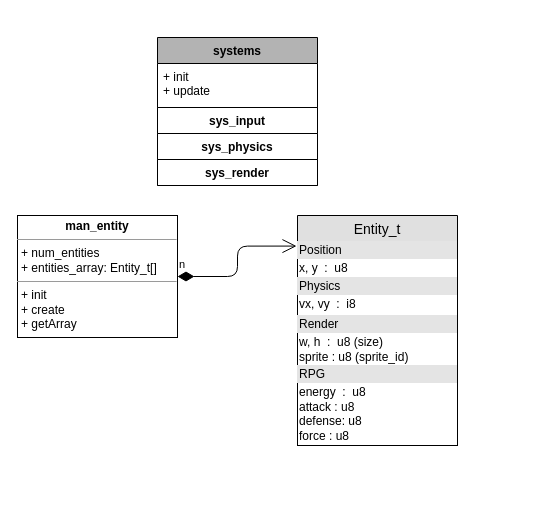
Above: basic/doc/ECS_RPG.drawio in AmstradGameDevChallenge/BASICvsC-RPG (draw.io), before the change. Source tidied: cells renumbered, new cells numbered last; positions are measured from the earlier drawing's top-left corner, leaving out a move shared by most shapes. Both pictures are drawn from the tidied source at 100%, with x=0, y=0 at pixel (17, 37).
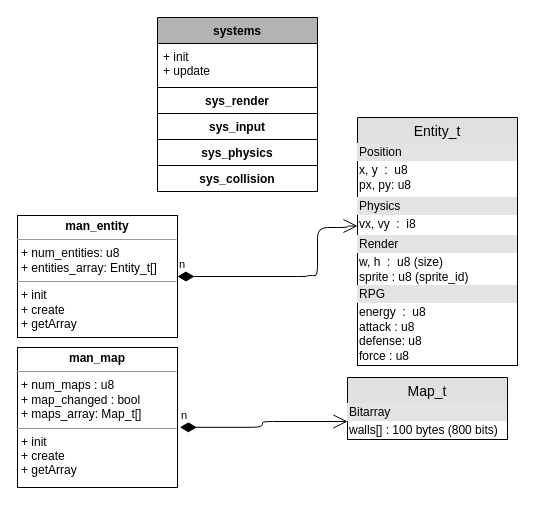
The same diagram, later.

Commit message:
BASIC: Updated diagram

What changed in the source:
```diff
@@
     <mxCell id="2" value="Entity_t" style="swimlane;fontStyle=0;horizontal=1;startSize=26;fillColor=#e0e0e0;swimlaneFillColor=#ffffff;align=center;fontSize=14;" parent="1" vertex="1">
-      <mxGeometry x="280" y="178" width="160" height="230" as="geometry" />
+      <mxGeometry x="340" y="80" width="160" height="248" as="geometry" />
     </mxCell>
-    <mxCell id="3" value="&lt;div style=&quot;box-sizing: border-box ; width: 100% ; background: #e4e4e4 ; padding: 2px&quot;&gt;Position&lt;/div&gt;&lt;table style=&quot;width: 100% ; font-size: 1em&quot; cellpadding=&quot;2&quot; cellspacing=&quot;0&quot;&gt;&lt;tbody&gt;&lt;tr&gt;&lt;td&gt;x, y&amp;nbsp; :&amp;nbsp; u8&lt;/td&gt;&lt;td&gt;&lt;br&gt;&lt;/td&gt;&lt;/tr&gt;&lt;tr&gt;&lt;td&gt;&lt;br&gt;&lt;/td&gt;&lt;td&gt;&lt;br&gt;&lt;/td&gt;&lt;/tr&gt;&lt;tr&gt;&lt;td&gt;&lt;/td&gt;&lt;td&gt;&lt;br&gt;&lt;/td&gt;&lt;/tr&gt;&lt;/tbody&gt;&lt;/table&gt;" style="verticalAlign=top;align=left;overflow=fill;html=1;" parent="2" vertex="1">
-      <mxGeometry y="26" width="160" height="36" as="geometry" />
+    <mxCell id="3" value="&lt;div style=&quot;box-sizing: border-box ; width: 100% ; background: #e4e4e4 ; padding: 2px&quot;&gt;Position&lt;/div&gt;&lt;table style=&quot;width: 100% ; font-size: 1em&quot; cellpadding=&quot;2&quot; cellspacing=&quot;0&quot;&gt;&lt;tbody&gt;&lt;tr&gt;&lt;td&gt;x, y&amp;nbsp; :&amp;nbsp; u8&lt;br&gt;px, py: u8&lt;/td&gt;&lt;td&gt;&lt;br&gt;&lt;/td&gt;&lt;/tr&gt;&lt;tr&gt;&lt;td&gt;&lt;br&gt;&lt;/td&gt;&lt;td&gt;&lt;br&gt;&lt;/td&gt;&lt;/tr&gt;&lt;tr&gt;&lt;td&gt;&lt;/td&gt;&lt;td&gt;&lt;br&gt;&lt;/td&gt;&lt;/tr&gt;&lt;/tbody&gt;&lt;/table&gt;" style="verticalAlign=top;align=left;overflow=fill;html=1;" parent="2" vertex="1">
+      <mxGeometry y="26" width="160" height="54" as="geometry" />
     </mxCell>
     <mxCell id="4" value="&lt;div style=&quot;box-sizing: border-box ; width: 100% ; background: #e4e4e4 ; padding: 2px&quot;&gt;Physics&lt;/div&gt;&lt;table style=&quot;width: 100% ; font-size: 1em&quot; cellpadding=&quot;2&quot; cellspacing=&quot;0&quot;&gt;&lt;tbody&gt;&lt;tr&gt;&lt;td&gt;vx, vy&amp;nbsp; :&amp;nbsp; i8&lt;/td&gt;&lt;td&gt;&lt;br&gt;&lt;/td&gt;&lt;/tr&gt;&lt;tr&gt;&lt;td&gt;&lt;br&gt;&lt;/td&gt;&lt;td&gt;&lt;br&gt;&lt;/td&gt;&lt;/tr&gt;&lt;tr&gt;&lt;td&gt;&lt;/td&gt;&lt;td&gt;&lt;br&gt;&lt;/td&gt;&lt;/tr&gt;&lt;/tbody&gt;&lt;/table&gt;" style="verticalAlign=top;align=left;overflow=fill;html=1;" parent="2" vertex="1">
-      <mxGeometry y="62" width="160" height="38" as="geometry" />
+      <mxGeometry y="80" width="160" height="38" as="geometry" />
     </mxCell>
     <mxCell id="5" value="&lt;div style=&quot;box-sizing: border-box ; width: 100% ; background: #e4e4e4 ; padding: 2px&quot;&gt;Render&lt;/div&gt;&lt;table style=&quot;width: 100% ; font-size: 1em&quot; cellpadding=&quot;2&quot; cellspacing=&quot;0&quot;&gt;&lt;tbody&gt;&lt;tr&gt;&lt;td&gt;w, h&amp;nbsp; :&amp;nbsp; u8 (size)&lt;br&gt;sprite : u8 (sprite_id)&lt;/td&gt;&lt;td&gt;&lt;br&gt;&lt;/td&gt;&lt;/tr&gt;&lt;tr&gt;&lt;td&gt;&lt;br&gt;&lt;/td&gt;&lt;td&gt;&lt;br&gt;&lt;/td&gt;&lt;/tr&gt;&lt;tr&gt;&lt;td&gt;&lt;/td&gt;&lt;td&gt;&lt;br&gt;&lt;/td&gt;&lt;/tr&gt;&lt;/tbody&gt;&lt;/table&gt;" style="verticalAlign=top;align=left;overflow=fill;html=1;" parent="2" vertex="1">
-      <mxGeometry y="100" width="160" height="50" as="geometry" />
+      <mxGeometry y="118" width="160" height="50" as="geometry" />
     </mxCell>
     <mxCell id="6" value="&lt;div style=&quot;box-sizing: border-box ; width: 100% ; background: #e4e4e4 ; padding: 2px&quot;&gt;RPG&lt;/div&gt;&lt;table style=&quot;width: 100% ; font-size: 1em&quot; cellpadding=&quot;2&quot; cellspacing=&quot;0&quot;&gt;&lt;tbody&gt;&lt;tr&gt;&lt;td&gt;energy&amp;nbsp; :&amp;nbsp; u8&lt;br&gt;attack : u8&lt;br&gt;defense: u8&lt;br&gt;force : u8&lt;/td&gt;&lt;td&gt;&lt;br&gt;&lt;/td&gt;&lt;/tr&gt;&lt;tr&gt;&lt;td&gt;&lt;br&gt;&lt;/td&gt;&lt;td&gt;&lt;br&gt;&lt;/td&gt;&lt;/tr&gt;&lt;tr&gt;&lt;td&gt;&lt;/td&gt;&lt;td&gt;&lt;br&gt;&lt;/td&gt;&lt;/tr&gt;&lt;/tbody&gt;&lt;/table&gt;" style="verticalAlign=top;align=left;overflow=fill;html=1;" parent="2" vertex="1">
-      <mxGeometry y="150" width="160" height="80" as="geometry" />
+      <mxGeometry y="168" width="160" height="80" as="geometry" />
     </mxCell>
     <mxCell id="7" value="systems" style="swimlane;fontStyle=1;align=center;verticalAlign=top;horizontal=1;startSize=26;fillColor=#B3B3B3;" parent="1" vertex="1">
-      <mxGeometry x="140" width="160" height="148" as="geometry" />
+      <mxGeometry x="140" y="-20" width="160" height="174" as="geometry" />
     </mxCell>
@@
+    <mxCell id="11" value="sys_render" style="swimlane;fontStyle=1;align=center;verticalAlign=top;horizontal=1;startSize=26;" parent="7" vertex="1" collapsed="1">
+      <mxGeometry y="70" width="160" height="26" as="geometry" />
+    </mxCell>
     <mxCell id="9" value="sys_input" style="swimlane;fontStyle=1;align=center;verticalAlign=top;horizontal=1;startSize=26;" parent="7" vertex="1" collapsed="1">
-      <mxGeometry y="70" width="160" height="26" as="geometry" />
+      <mxGeometry y="96" width="160" height="26" as="geometry" />
     </mxCell>
     <mxCell id="10" value="sys_physics" style="swimlane;fontStyle=1;align=center;verticalAlign=top;horizontal=1;startSize=26;" parent="7" vertex="1" collapsed="1">
-      <mxGeometry y="96" width="160" height="26" as="geometry" />
+      <mxGeometry y="122" width="160" height="26" as="geometry" />
     </mxCell>
-    <mxCell id="11" value="sys_render" style="swimlane;fontStyle=1;align=center;verticalAlign=top;horizontal=1;startSize=26;" parent="7" vertex="1" collapsed="1">
-      <mxGeometry y="122" width="160" height="26" as="geometry" />
-    </mxCell>
+    <mxCell id="14" value="sys_collision" style="swimlane;fontStyle=1;align=center;verticalAlign=top;horizontal=1;startSize=26;" parent="7" vertex="1" collapsed="1">
+      <mxGeometry y="148" width="160" height="26" as="geometry" />
+    </mxCell>
-    <mxCell id="12" value="&lt;p style=&quot;margin: 0px ; margin-top: 4px ; text-align: center&quot;&gt;&lt;b&gt;man_entity&lt;/b&gt;&lt;/p&gt;&lt;hr size=&quot;1&quot;&gt;&lt;p style=&quot;margin: 0px ; margin-left: 4px&quot;&gt;+ num_entities&lt;/p&gt;&lt;p style=&quot;margin: 0px ; margin-left: 4px&quot;&gt;+ entities_array: Entity_t[]&lt;/p&gt;&lt;hr size=&quot;1&quot;&gt;&lt;p style=&quot;margin: 0px ; margin-left: 4px&quot;&gt;+ init&lt;/p&gt;&lt;p style=&quot;margin: 0px ; margin-left: 4px&quot;&gt;+ create&lt;/p&gt;&lt;p style=&quot;margin: 0px ; margin-left: 4px&quot;&gt;&lt;span&gt;+ getArray&lt;/span&gt;&lt;br&gt;&lt;/p&gt;" style="verticalAlign=top;align=left;overflow=fill;fontSize=12;fontFamily=Helvetica;html=1;" parent="1" vertex="1">
+    <mxCell id="12" value="&lt;p style=&quot;margin: 0px ; margin-top: 4px ; text-align: center&quot;&gt;&lt;b&gt;man_entity&lt;/b&gt;&lt;/p&gt;&lt;hr size=&quot;1&quot;&gt;&lt;p style=&quot;margin: 0px ; margin-left: 4px&quot;&gt;+ num_entities: u8&lt;/p&gt;&lt;p style=&quot;margin: 0px ; margin-left: 4px&quot;&gt;+ entities_array: Entity_t[]&lt;/p&gt;&lt;hr size=&quot;1&quot;&gt;&lt;p style=&quot;margin: 0px ; margin-left: 4px&quot;&gt;+ init&lt;/p&gt;&lt;p style=&quot;margin: 0px ; margin-left: 4px&quot;&gt;+ create&lt;/p&gt;&lt;p style=&quot;margin: 0px ; margin-left: 4px&quot;&gt;&lt;span&gt;+ getArray&lt;/span&gt;&lt;br&gt;&lt;/p&gt;" style="verticalAlign=top;align=left;overflow=fill;fontSize=12;fontFamily=Helvetica;html=1;" parent="1" vertex="1">
       <mxGeometry y="178" width="160" height="122" as="geometry" />
     </mxCell>
-    <mxCell id="13" value="n" style="endArrow=open;html=1;endSize=12;startArrow=diamondThin;startSize=14;startFill=1;edgeStyle=orthogonalEdgeStyle;align=left;verticalAlign=bottom;exitX=1;exitY=0.5;exitDx=0;exitDy=0;entryX=-0.006;entryY=0.133;entryDx=0;entryDy=0;entryPerimeter=0;" parent="1" edge="1" source="12" target="2">
-      <mxGeometry x="-1" y="3" relative="1" as="geometry" />
+    <mxCell id="13" value="n" style="endArrow=open;html=1;endSize=12;startArrow=diamondThin;startSize=14;startFill=1;edgeStyle=orthogonalEdgeStyle;align=left;verticalAlign=bottom;exitX=1;exitY=0.5;exitDx=0;exitDy=0;entryX=0;entryY=0.75;entryDx=0;entryDy=0;" parent="1" edge="1" source="12" target="4">
+      <mxGeometry x="-1" y="3" relative="1" as="geometry">
+        <Array as="points">
+          <mxPoint x="290" y="239" />
+          <mxPoint x="290" y="238" />
+          <mxPoint x="300" y="238" />
+          <mxPoint x="300" y="190" />
+          <mxPoint x="330" y="190" />
+          <mxPoint x="330" y="189" />
+        </Array>
+      </mxGeometry>
     </mxCell>
+    <mxCell id="15" value="&lt;p style=&quot;margin: 0px ; margin-top: 4px ; text-align: center&quot;&gt;&lt;b&gt;man_map&lt;/b&gt;&lt;/p&gt;&lt;hr size=&quot;1&quot;&gt;&lt;p style=&quot;margin: 0px ; margin-left: 4px&quot;&gt;+ num_maps : u8&lt;/p&gt;&lt;p style=&quot;margin: 0px ; margin-left: 4px&quot;&gt;+ map_changed : bool&lt;/p&gt;&lt;p style=&quot;margin: 0px ; margin-left: 4px&quot;&gt;+ maps_array: Map_t[]&lt;/p&gt;&lt;hr size=&quot;1&quot;&gt;&lt;p style=&quot;margin: 0px ; margin-left: 4px&quot;&gt;+ init&lt;/p&gt;&lt;p style=&quot;margin: 0px ; margin-left: 4px&quot;&gt;+ create&lt;/p&gt;&lt;p style=&quot;margin: 0px ; margin-left: 4px&quot;&gt;&lt;span&gt;+ getArray&lt;/span&gt;&lt;br&gt;&lt;/p&gt;" style="verticalAlign=top;align=left;overflow=fill;fontSize=12;fontFamily=Helvetica;html=1;" parent="1" vertex="1">
+      <mxGeometry y="310" width="160" height="140" as="geometry" />
+    </mxCell>
+    <mxCell id="16" value="Map_t" style="swimlane;fontStyle=0;horizontal=1;startSize=26;fillColor=#e0e0e0;swimlaneFillColor=#ffffff;align=center;fontSize=14;" parent="1" vertex="1">
+      <mxGeometry x="330" y="340" width="160" height="62" as="geometry" />
+    </mxCell>
+    <mxCell id="17" value="&lt;div style=&quot;box-sizing: border-box ; width: 100% ; background: #e4e4e4 ; padding: 2px&quot;&gt;Bitarray&lt;/div&gt;&lt;table style=&quot;width: 100% ; font-size: 1em&quot; cellpadding=&quot;2&quot; cellspacing=&quot;0&quot;&gt;&lt;tbody&gt;&lt;tr&gt;&lt;td&gt;walls[] : 100 bytes (800 bits)&lt;/td&gt;&lt;td&gt;&lt;br&gt;&lt;/td&gt;&lt;/tr&gt;&lt;tr&gt;&lt;td&gt;&lt;br&gt;&lt;/td&gt;&lt;td&gt;&lt;br&gt;&lt;/td&gt;&lt;/tr&gt;&lt;tr&gt;&lt;td&gt;&lt;/td&gt;&lt;td&gt;&lt;br&gt;&lt;/td&gt;&lt;/tr&gt;&lt;/tbody&gt;&lt;/table&gt;" style="verticalAlign=top;align=left;overflow=fill;html=1;" parent="16" vertex="1">
+      <mxGeometry y="26" width="160" height="36" as="geometry" />
+    </mxCell>
+    <mxCell id="18" value="n" style="endArrow=open;html=1;endSize=12;startArrow=diamondThin;startSize=14;startFill=1;edgeStyle=orthogonalEdgeStyle;align=left;verticalAlign=bottom;entryX=0;entryY=0.5;entryDx=0;entryDy=0;exitX=1.015;exitY=0.57;exitDx=0;exitDy=0;exitPerimeter=0;" parent="1" edge="1" source="15" target="17">
+      <mxGeometry x="-1" y="3" relative="1" as="geometry" />
+    </mxCell>
```
